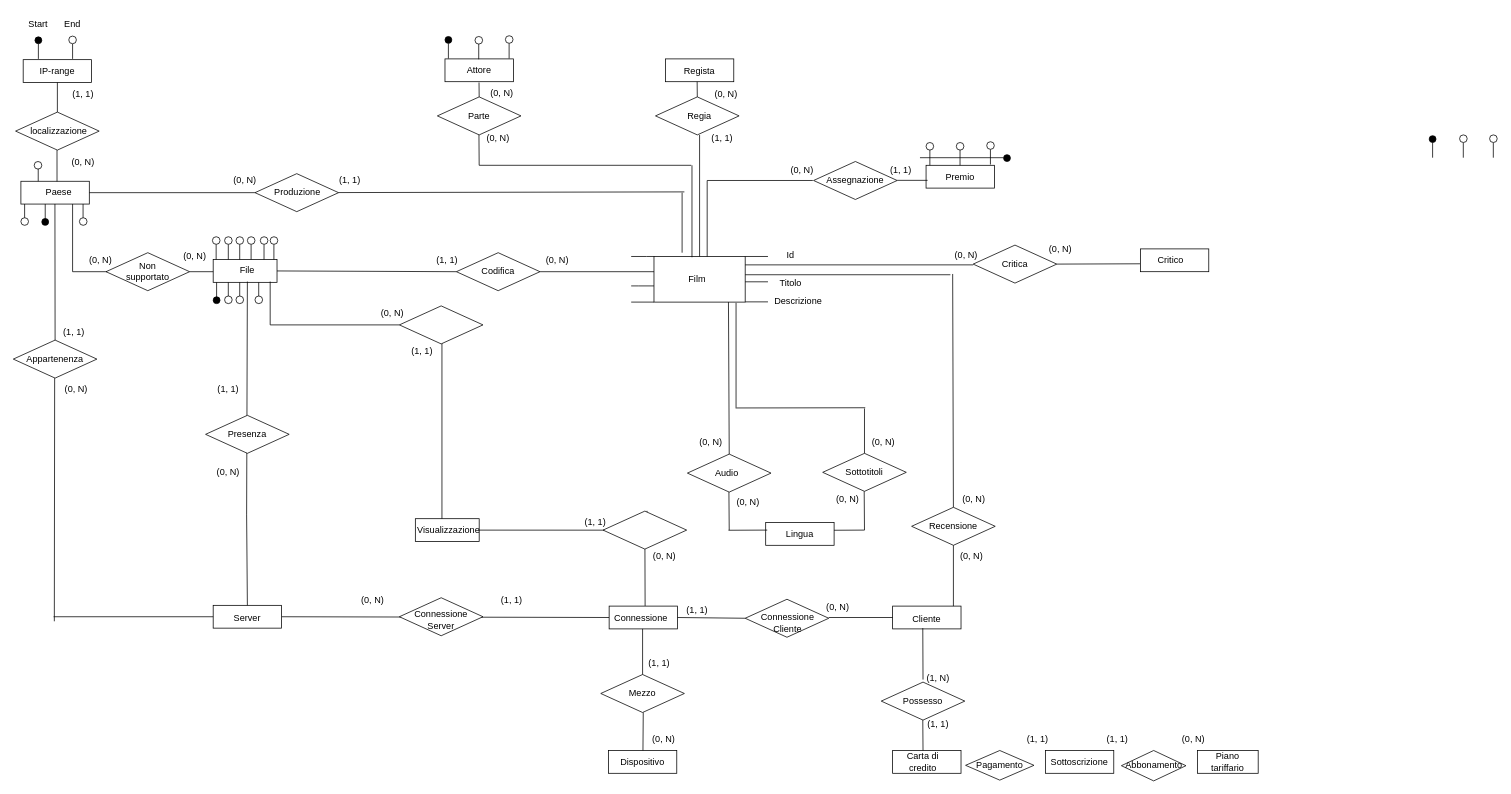
This is ER_ristr.drawio from gcairone/progettodb, a draw.io file, before an edit. Source tidied: cells renumbered, new cells numbered last; positions are measured from the earlier drawing's top-left corner, leaving out a move shared by most shapes. Both pictures are drawn from the tidied source at 76%, with x=0, y=0 at pixel (13, 13).
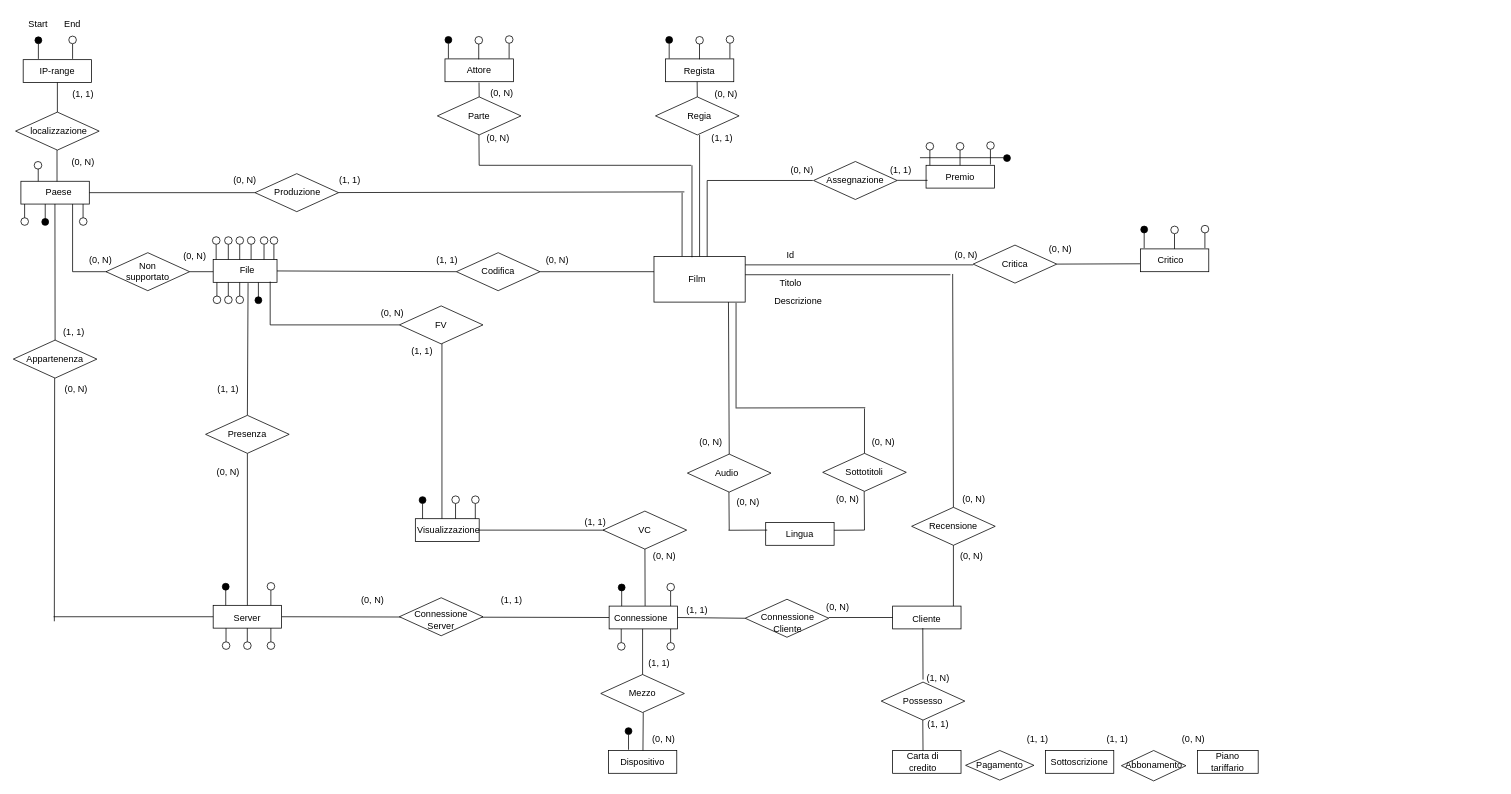
The same diagram, later.

Unchanged cells that the change refers to:
```xml
<mxCell id="12" style="rounded=0;whiteSpace=wrap;html=1;" parent="1" vertex="1">
  <mxGeometry x="263" y="779" width="90" height="30" as="geometry" />
</mxCell>
<mxCell id="16" style="rounded=0;whiteSpace=wrap;html=1;" parent="1" vertex="1">
  <mxGeometry x="843" y="320" width="120" height="60" as="geometry" />
</mxCell>
<mxCell id="19" value="File" style="text;html=1;strokeColor=none;fillColor=none;align=center;verticalAlign=middle;whiteSpace=wrap;rounded=0;" parent="1" vertex="1">
  <mxGeometry x="278" y="323" width="60" height="30" as="geometry" />
</mxCell>
<mxCell id="161" style="rhombus;whiteSpace=wrap;html=1;" parent="1" vertex="1">
  <mxGeometry x="253" y="529" width="110" height="50" as="geometry" />
</mxCell>
```

What changed in the source:
```diff
@@
-    <mxCell id="37" style="endArrow=none;html=1;rounded=0;" parent="1" edge="1">
-      <mxGeometry relative="1" as="geometry">
-        <mxPoint x="963" y="320" as="sourcePoint" />
-        <mxPoint x="993" y="320" as="targetPoint" />
-      </mxGeometry>
-    </mxCell>
-    <mxCell id="38" style="endArrow=none;html=1;rounded=0;" parent="1" edge="1">
-      <mxGeometry relative="1" as="geometry">
-        <mxPoint x="963" y="379.7" as="sourcePoint" />
-        <mxPoint x="993" y="379.7" as="targetPoint" />
-      </mxGeometry>
-    </mxCell>
@@
-    <mxCell id="40" style="endArrow=none;html=1;rounded=0;fontStyle=1;" parent="1" edge="1">
-      <mxGeometry relative="1" as="geometry">
-        <mxPoint x="963" y="353.3" as="sourcePoint" />
-        <mxPoint x="993" y="353.3" as="targetPoint" />
-      </mxGeometry>
-    </mxCell>
@@
-    <mxCell id="47" style="endArrow=none;html=1;rounded=0;" parent="1" edge="1">
-      <mxGeometry relative="1" as="geometry">
-        <mxPoint x="813" y="380" as="sourcePoint" />
-        <mxPoint x="843" y="380" as="targetPoint" />
-      </mxGeometry>
-    </mxCell>
-    <mxCell id="48" style="endArrow=none;html=1;rounded=0;" parent="1" edge="1">
-      <mxGeometry relative="1" as="geometry">
-        <mxPoint x="813" y="320" as="sourcePoint" />
-        <mxPoint x="843" y="320" as="targetPoint" />
-        <Array as="points">
-          <mxPoint x="833" y="320" />
-        </Array>
-      </mxGeometry>
-    </mxCell>
-    <mxCell id="49" style="endArrow=none;html=1;rounded=0;" parent="1" edge="1">
-      <mxGeometry relative="1" as="geometry">
-        <mxPoint x="813" y="358.7" as="sourcePoint" />
-        <mxPoint x="843" y="358.7" as="targetPoint" />
-        <Array as="points">
-          <mxPoint x="823" y="358.7" />
-        </Array>
-      </mxGeometry>
-    </mxCell>
@@
-    <mxCell id="114" style="endArrow=none;html=1;rounded=0;exitX=0.526;exitY=-0.007;exitDx=0;exitDy=0;exitPerimeter=0;" parent="1" edge="1" source="120">
-      <mxGeometry relative="1" as="geometry">
-        <mxPoint x="831" y="680" as="targetPoint" />
-      </mxGeometry>
-    </mxCell>
-    <mxCell id="115" style="endArrow=none;html=1;rounded=0;entryX=0.5;entryY=1;entryDx=0;entryDy=0;exitX=0.5;exitY=0;exitDx=0;exitDy=0;" parent="1" edge="1" target="19">
+    <mxCell id="115" style="endArrow=none;html=1;rounded=0;entryX=0.498;entryY=1.033;entryDx=0;entryDy=0;exitX=0.5;exitY=0;exitDx=0;exitDy=0;entryPerimeter=0;" parent="1" edge="1" source="161">
       <mxGeometry relative="1" as="geometry">
-        <mxPoint x="307" y="660" as="sourcePoint" />
+        <mxPoint x="308.9" y="355" as="targetPoint" />
       </mxGeometry>
     </mxCell>
-    <mxCell id="116" style="endArrow=none;html=1;rounded=0;exitX=0.5;exitY=0;exitDx=0;exitDy=0;" parent="1" edge="1" source="12">
-      <mxGeometry relative="1" as="geometry">
-        <mxPoint x="307" y="660" as="targetPoint" />
-      </mxGeometry>
+    <mxCell id="116" style="endArrow=none;html=1;rounded=0;exitX=0.5;exitY=0;exitDx=0;exitDy=0;entryX=0.5;entryY=1;entryDx=0;entryDy=0;" parent="1" edge="1" source="12" target="161">
+      <mxGeometry relative="1" as="geometry" />
     </mxCell>
@@
-    <mxCell id="118" style="rhombus;whiteSpace=wrap;html=1;" parent="1" vertex="1">
+    <mxCell id="118" value="FV" style="rhombus;whiteSpace=wrap;html=1;" parent="1" vertex="1">
       <mxGeometry x="508" y="385" width="110" height="50" as="geometry" />
     </mxCell>
@@
-    <mxCell id="120" style="rhombus;whiteSpace=wrap;html=1;" parent="1" vertex="1">
+    <mxCell id="120" value="VC" style="rhombus;whiteSpace=wrap;html=1;" parent="1" vertex="1">
       <mxGeometry x="776" y="655" width="110" height="50" as="geometry" />
     </mxCell>
@@
-    <mxCell id="150" style="endArrow=none;html=1;rounded=0;exitX=1;exitY=1;exitDx=0;exitDy=0;" parent="1" edge="1">
+    <mxCell id="150" style="endArrow=none;html=1;rounded=0;exitX=1;exitY=1;exitDx=0;exitDy=0;entryX=0.308;entryY=-0.006;entryDx=0;entryDy=0;entryPerimeter=0;" parent="1" edge="1" target="16">
       <mxGeometry relative="1" as="geometry">
         <mxPoint x="880" y="236" as="sourcePoint" />
-        <mxPoint x="880" y="315" as="targetPoint" />
       </mxGeometry>
     </mxCell>
@@
     <mxCell id="192" style="ellipse;whiteSpace=wrap;html=1;fillColor=#000000;" parent="1" vertex="1">
-      <mxGeometry x="263" y="373" width="9" height="9" as="geometry" />
+      <mxGeometry x="318" y="373" width="9" height="9" as="geometry" />
     </mxCell>
     <mxCell id="193" style="endArrow=none;html=1;rounded=0;" parent="1" edge="1">
       <mxGeometry relative="1" as="geometry">
-        <mxPoint x="267.5" y="354" as="sourcePoint" />
-        <mxPoint x="267.5" y="374" as="targetPoint" />
+        <mxPoint x="322.5" y="354" as="sourcePoint" />
+        <mxPoint x="322.5" y="374" as="targetPoint" />
       </mxGeometry>
     </mxCell>
-    <mxCell id="194" style="ellipse;whiteSpace=wrap;html=1;fillColor=#000000;" parent="1" vertex="1">
-      <mxGeometry x="1863" y="161" width="9" height="9" as="geometry" />
-    </mxCell>
-    <mxCell id="195" style="endArrow=none;html=1;rounded=0;" parent="1" edge="1">
-      <mxGeometry relative="1" as="geometry">
-        <mxPoint x="1867.5" y="170" as="sourcePoint" />
-        <mxPoint x="1867.5" y="190" as="targetPoint" />
-      </mxGeometry>
-    </mxCell>
@@
     <mxCell id="212" style="endArrow=none;html=1;rounded=0;" parent="1" edge="1">
       <mxGeometry relative="1" as="geometry">
-        <mxPoint x="322.9" y="354" as="sourcePoint" />
-        <mxPoint x="322.9" y="374" as="targetPoint" />
+        <mxPoint x="267.9" y="354" as="sourcePoint" />
+        <mxPoint x="267.9" y="374" as="targetPoint" />
       </mxGeometry>
     </mxCell>
     <mxCell id="213" style="ellipse;whiteSpace=wrap;html=1;" parent="1" vertex="1">
-      <mxGeometry x="318" y="372" width="10" height="10" as="geometry" />
+      <mxGeometry x="263" y="372" width="10" height="10" as="geometry" />
     </mxCell>
-    <mxCell id="214" style="endArrow=none;html=1;rounded=0;" parent="1" edge="1">
-      <mxGeometry relative="1" as="geometry">
-        <mxPoint x="1907.9" y="170" as="sourcePoint" />
-        <mxPoint x="1907.9" y="190" as="targetPoint" />
-      </mxGeometry>
-    </mxCell>
-    <mxCell id="215" style="ellipse;whiteSpace=wrap;html=1;" parent="1" vertex="1">
-      <mxGeometry x="1903" y="160" width="10" height="10" as="geometry" />
-    </mxCell>
-    <mxCell id="216" style="endArrow=none;html=1;rounded=0;" parent="1" edge="1">
-      <mxGeometry relative="1" as="geometry">
-        <mxPoint x="1947.4" y="170" as="sourcePoint" />
-        <mxPoint x="1947.4" y="190" as="targetPoint" />
-      </mxGeometry>
-    </mxCell>
-    <mxCell id="217" style="ellipse;whiteSpace=wrap;html=1;" parent="1" vertex="1">
-      <mxGeometry x="1942.5" y="160" width="10" height="10" as="geometry" />
-    </mxCell>
@@
+    <mxCell id="232" style="ellipse;whiteSpace=wrap;html=1;fillColor=#000000;" parent="1" vertex="1">
+      <mxGeometry x="858.5" y="30.5" width="9" height="9" as="geometry" />
+    </mxCell>
+    <mxCell id="233" style="endArrow=none;html=1;rounded=0;" parent="1" edge="1">
+      <mxGeometry relative="1" as="geometry">
+        <mxPoint x="863" y="39.5" as="sourcePoint" />
+        <mxPoint x="863" y="59.5" as="targetPoint" />
+      </mxGeometry>
+    </mxCell>
+    <mxCell id="234" style="endArrow=none;html=1;rounded=0;" parent="1" edge="1">
+      <mxGeometry relative="1" as="geometry">
+        <mxPoint x="902.9" y="40.5" as="sourcePoint" />
+        <mxPoint x="902.9" y="60.5" as="targetPoint" />
+      </mxGeometry>
+    </mxCell>
+    <mxCell id="235" style="ellipse;whiteSpace=wrap;html=1;" parent="1" vertex="1">
+      <mxGeometry x="898" y="30.5" width="10" height="10" as="geometry" />
+    </mxCell>
+    <mxCell id="236" style="endArrow=none;html=1;rounded=0;" parent="1" edge="1">
+      <mxGeometry relative="1" as="geometry">
+        <mxPoint x="942.9" y="39.5" as="sourcePoint" />
+        <mxPoint x="942.9" y="59.5" as="targetPoint" />
+      </mxGeometry>
+    </mxCell>
+    <mxCell id="237" style="ellipse;whiteSpace=wrap;html=1;" parent="1" vertex="1">
+      <mxGeometry x="938" y="29.5" width="10" height="10" as="geometry" />
+    </mxCell>
+    <mxCell id="238" style="ellipse;whiteSpace=wrap;html=1;fillColor=#000000;" parent="1" vertex="1">
+      <mxGeometry x="1483.5" y="280" width="9" height="9" as="geometry" />
+    </mxCell>
+    <mxCell id="239" style="endArrow=none;html=1;rounded=0;" parent="1" edge="1">
+      <mxGeometry relative="1" as="geometry">
+        <mxPoint x="1488" y="289" as="sourcePoint" />
+        <mxPoint x="1488" y="309" as="targetPoint" />
+      </mxGeometry>
+    </mxCell>
+    <mxCell id="240" style="endArrow=none;html=1;rounded=0;" parent="1" edge="1">
+      <mxGeometry relative="1" as="geometry">
+        <mxPoint x="1527.9" y="290" as="sourcePoint" />
+        <mxPoint x="1527.9" y="310" as="targetPoint" />
+      </mxGeometry>
+    </mxCell>
+    <mxCell id="241" style="ellipse;whiteSpace=wrap;html=1;" parent="1" vertex="1">
+      <mxGeometry x="1523" y="280" width="10" height="10" as="geometry" />
+    </mxCell>
+    <mxCell id="242" style="endArrow=none;html=1;rounded=0;" parent="1" edge="1">
+      <mxGeometry relative="1" as="geometry">
+        <mxPoint x="1567.9" y="289" as="sourcePoint" />
+        <mxPoint x="1567.9" y="309" as="targetPoint" />
+      </mxGeometry>
+    </mxCell>
+    <mxCell id="243" style="ellipse;whiteSpace=wrap;html=1;" parent="1" vertex="1">
+      <mxGeometry x="1563" y="279" width="10" height="10" as="geometry" />
+    </mxCell>
+    <mxCell id="244" style="ellipse;whiteSpace=wrap;html=1;fillColor=#000000;" parent="1" vertex="1">
+      <mxGeometry x="275" y="750" width="9" height="9" as="geometry" />
+    </mxCell>
+    <mxCell id="245" style="endArrow=none;html=1;rounded=0;" parent="1" edge="1">
+      <mxGeometry relative="1" as="geometry">
+        <mxPoint x="279.5" y="759" as="sourcePoint" />
+        <mxPoint x="279.5" y="779" as="targetPoint" />
+      </mxGeometry>
+    </mxCell>
+    <mxCell id="246" style="endArrow=none;html=1;rounded=0;" parent="1" edge="1">
+      <mxGeometry relative="1" as="geometry">
+        <mxPoint x="338.9" y="759" as="sourcePoint" />
+        <mxPoint x="338.9" y="779" as="targetPoint" />
+      </mxGeometry>
+    </mxCell>
+    <mxCell id="247" style="ellipse;whiteSpace=wrap;html=1;" parent="1" vertex="1">
+      <mxGeometry x="334" y="749" width="10" height="10" as="geometry" />
+    </mxCell>
+    <mxCell id="248" style="endArrow=none;html=1;rounded=0;" parent="1" edge="1">
+      <mxGeometry relative="1" as="geometry">
+        <mxPoint x="279.9" y="809" as="sourcePoint" />
+        <mxPoint x="279.9" y="829" as="targetPoint" />
+      </mxGeometry>
+    </mxCell>
+    <mxCell id="249" style="ellipse;whiteSpace=wrap;html=1;" parent="1" vertex="1">
+      <mxGeometry x="275" y="827" width="10" height="10" as="geometry" />
+    </mxCell>
+    <mxCell id="250" style="endArrow=none;html=1;rounded=0;" parent="1" edge="1">
+      <mxGeometry relative="1" as="geometry">
+        <mxPoint x="307.9" y="809" as="sourcePoint" />
+        <mxPoint x="307.9" y="829" as="targetPoint" />
+      </mxGeometry>
+    </mxCell>
+    <mxCell id="251" style="ellipse;whiteSpace=wrap;html=1;" parent="1" vertex="1">
+      <mxGeometry x="303" y="827" width="10" height="10" as="geometry" />
+    </mxCell>
+    <mxCell id="252" style="endArrow=none;html=1;rounded=0;" parent="1" edge="1">
+      <mxGeometry relative="1" as="geometry">
+        <mxPoint x="338.9" y="809" as="sourcePoint" />
+        <mxPoint x="338.9" y="829" as="targetPoint" />
+      </mxGeometry>
+    </mxCell>
+    <mxCell id="253" style="ellipse;whiteSpace=wrap;html=1;" parent="1" vertex="1">
+      <mxGeometry x="334" y="827" width="10" height="10" as="geometry" />
+    </mxCell>
+    <mxCell id="254" style="ellipse;whiteSpace=wrap;html=1;fillColor=#000000;" parent="1" vertex="1">
+      <mxGeometry x="534" y="636" width="9" height="9" as="geometry" />
+    </mxCell>
+    <mxCell id="255" style="endArrow=none;html=1;rounded=0;" parent="1" edge="1">
+      <mxGeometry relative="1" as="geometry">
+        <mxPoint x="538.5" y="645" as="sourcePoint" />
+        <mxPoint x="538.5" y="665" as="targetPoint" />
+      </mxGeometry>
+    </mxCell>
+    <mxCell id="256" style="endArrow=none;html=1;rounded=0;" parent="1" edge="1">
+      <mxGeometry relative="1" as="geometry">
+        <mxPoint x="581.9" y="645" as="sourcePoint" />
+        <mxPoint x="581.9" y="665" as="targetPoint" />
+      </mxGeometry>
+    </mxCell>
+    <mxCell id="257" style="ellipse;whiteSpace=wrap;html=1;" parent="1" vertex="1">
+      <mxGeometry x="577" y="635" width="10" height="10" as="geometry" />
+    </mxCell>
+    <mxCell id="258" style="endArrow=none;html=1;rounded=0;" parent="1" edge="1">
+      <mxGeometry relative="1" as="geometry">
+        <mxPoint x="607.9" y="645" as="sourcePoint" />
+        <mxPoint x="607.9" y="665" as="targetPoint" />
+      </mxGeometry>
+    </mxCell>
+    <mxCell id="259" style="ellipse;whiteSpace=wrap;html=1;" parent="1" vertex="1">
+      <mxGeometry x="603" y="635" width="10" height="10" as="geometry" />
+    </mxCell>
+    <mxCell id="260" style="ellipse;whiteSpace=wrap;html=1;fillColor=#000000;" parent="1" vertex="1">
+      <mxGeometry x="796" y="751" width="9" height="9" as="geometry" />
+    </mxCell>
+    <mxCell id="261" style="endArrow=none;html=1;rounded=0;" parent="1" edge="1">
+      <mxGeometry relative="1" as="geometry">
+        <mxPoint x="800.5" y="760" as="sourcePoint" />
+        <mxPoint x="800.5" y="780" as="targetPoint" />
+      </mxGeometry>
+    </mxCell>
+    <mxCell id="262" style="endArrow=none;html=1;rounded=0;" parent="1" edge="1">
+      <mxGeometry relative="1" as="geometry">
+        <mxPoint x="864.9" y="760" as="sourcePoint" />
+        <mxPoint x="864.9" y="780" as="targetPoint" />
+      </mxGeometry>
+    </mxCell>
+    <mxCell id="263" style="ellipse;whiteSpace=wrap;html=1;" parent="1" vertex="1">
+      <mxGeometry x="860" y="750" width="10" height="10" as="geometry" />
+    </mxCell>
+    <mxCell id="264" style="endArrow=none;html=1;rounded=0;" parent="1" edge="1">
+      <mxGeometry relative="1" as="geometry">
+        <mxPoint x="799.9" y="810" as="sourcePoint" />
+        <mxPoint x="799.9" y="830" as="targetPoint" />
+      </mxGeometry>
+    </mxCell>
+    <mxCell id="265" style="ellipse;whiteSpace=wrap;html=1;" parent="1" vertex="1">
+      <mxGeometry x="795" y="828" width="10" height="10" as="geometry" />
+    </mxCell>
+    <mxCell id="266" style="endArrow=none;html=1;rounded=0;" parent="1" edge="1">
+      <mxGeometry relative="1" as="geometry">
+        <mxPoint x="864.9" y="810" as="sourcePoint" />
+        <mxPoint x="864.9" y="830" as="targetPoint" />
+      </mxGeometry>
+    </mxCell>
+    <mxCell id="267" style="ellipse;whiteSpace=wrap;html=1;" parent="1" vertex="1">
+      <mxGeometry x="860" y="828" width="10" height="10" as="geometry" />
+    </mxCell>
+    <mxCell id="268" style="ellipse;whiteSpace=wrap;html=1;fillColor=#000000;" parent="1" vertex="1">
+      <mxGeometry x="805" y="940" width="9" height="9" as="geometry" />
+    </mxCell>
+    <mxCell id="269" style="endArrow=none;html=1;rounded=0;" parent="1" edge="1">
+      <mxGeometry relative="1" as="geometry">
+        <mxPoint x="809.5" y="949" as="sourcePoint" />
+        <mxPoint x="809.5" y="969" as="targetPoint" />
+      </mxGeometry>
+    </mxCell>
```
